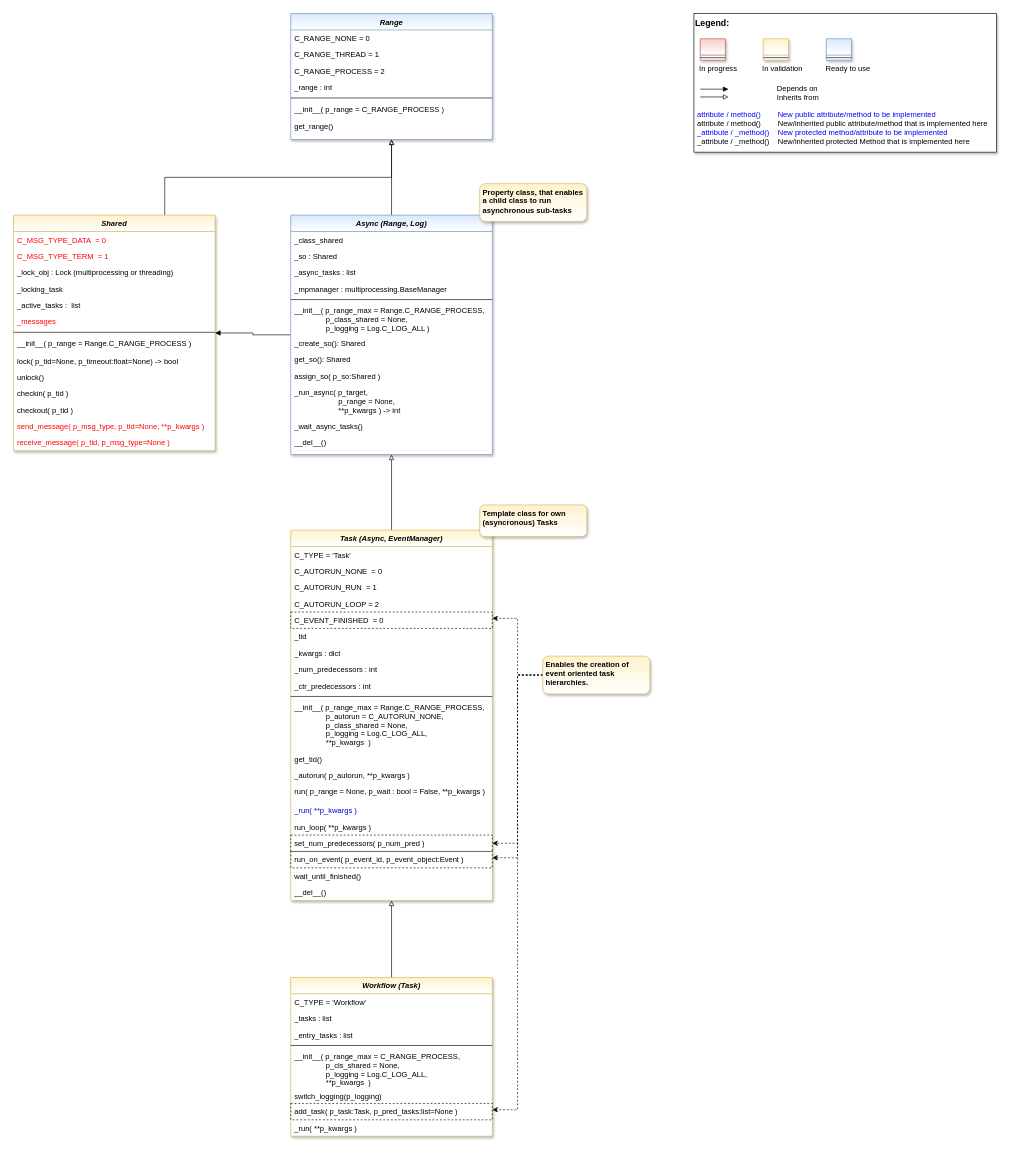
Earlier version of the draw.io diagram doc/rtd/content/append2/core/images/bf/MLPro-BF-MT_class_diagram.drawio (fhswf/MLPro). Source tidied: cells renumbered, new cells numbered last; positions are measured from the earlier drawing's top-left corner, leaving out a move shared by most shapes. Both pictures are drawn from the tidied source at 63%, with x=0, y=0 at pixel (13, 13).
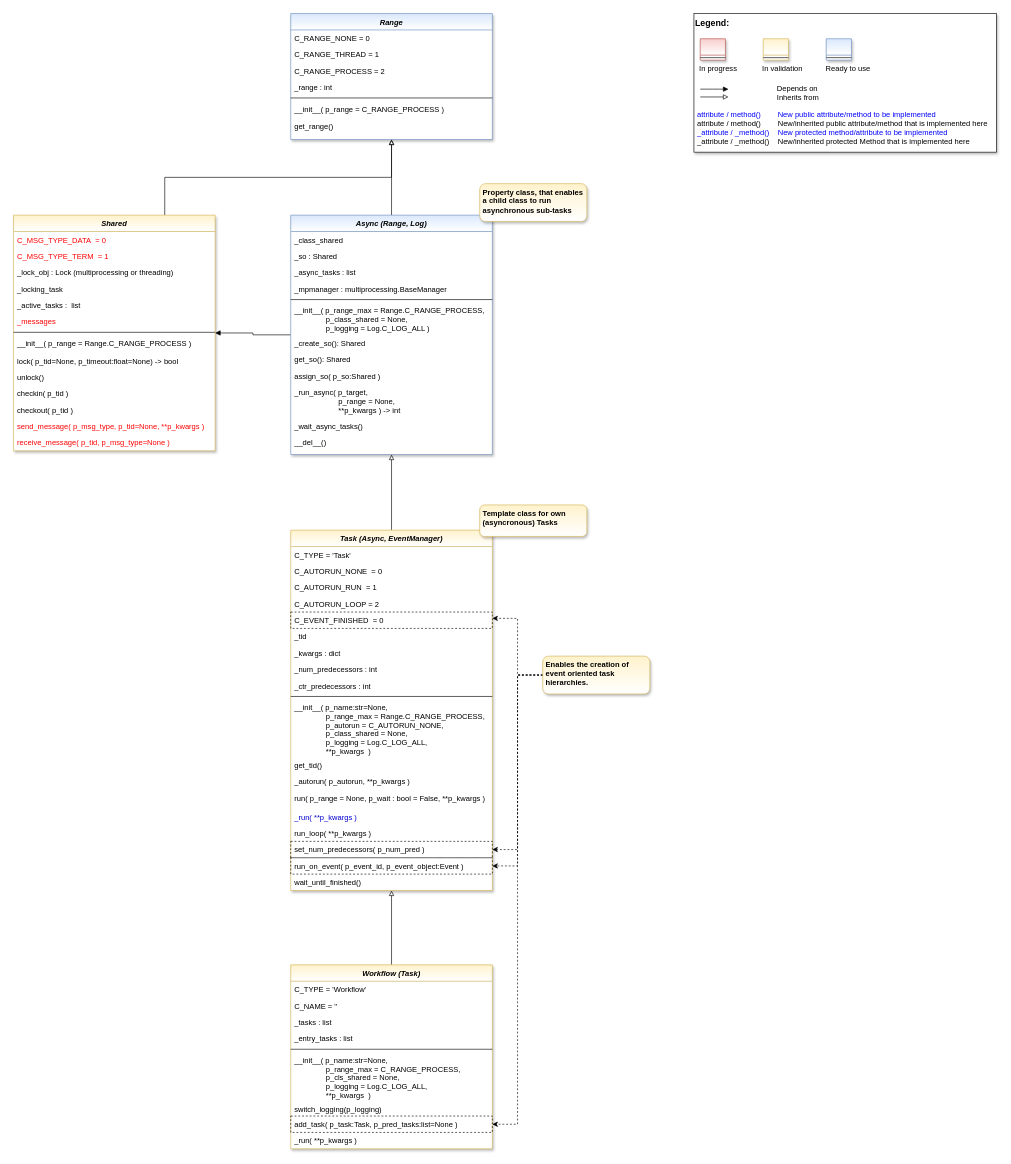
The same page after the edit.

Unchanged cells that the change refers to:
```xml
<mxCell id="80" value="Enables the creation of event oriented task hierarchies." style="rounded=1;whiteSpace=wrap;html=1;fillColor=#fff2cc;strokeColor=#d6b656;shadow=1;gradientColor=#ffffff;fontStyle=1;align=left;verticalAlign=top;spacingRight=3;spacingLeft=3;" parent="1" vertex="1">
  <mxGeometry x="840" y="1020" width="170" height="60" as="geometry" />
</mxCell>
```

Diff of the diagram source:
```diff
@@
     <mxCell id="45" value="Task (Async, EventManager)" style="swimlane;fontStyle=3;align=center;verticalAlign=top;horizontal=1;startSize=26;rounded=0;shadow=1;strokeWidth=1;fillColor=#fff2cc;strokeColor=#d6b656;glass=0;swimlaneFillColor=#ffffff;gradientColor=#FFFFFF;" parent="1" vertex="1">
-      <mxGeometry x="440" y="820" width="320" height="588" as="geometry" />
+      <mxGeometry x="440" y="820" width="320" height="572" as="geometry" />
     </mxCell>
@@
-    <mxCell id="56" value="__init__( p_range_max = Range.C_RANGE_PROCESS,&#10;               p_autorun = C_AUTORUN_NONE,&#10;               p_class_shared = None,&#10;               p_logging = Log.C_LOG_ALL,&#10;               **p_kwargs  )" style="text;align=left;verticalAlign=top;spacingLeft=4;spacingRight=4;overflow=hidden;fontColor=default;" parent="45" vertex="1">
-      <mxGeometry y="268" width="320" height="82" as="geometry" />
+    <mxCell id="56" value="__init__( p_name:str=None, &#10;               p_range_max = Range.C_RANGE_PROCESS,&#10;               p_autorun = C_AUTORUN_NONE,&#10;               p_class_shared = None,&#10;               p_logging = Log.C_LOG_ALL,&#10;               **p_kwargs  )" style="text;align=left;verticalAlign=top;spacingLeft=4;spacingRight=4;overflow=hidden;fontColor=default;" parent="45" vertex="1">
+      <mxGeometry y="268" width="320" height="92" as="geometry" />
     </mxCell>
     <mxCell id="57" value="get_tid()" style="text;align=left;verticalAlign=top;spacingLeft=4;spacingRight=4;overflow=hidden;fontColor=default;" parent="45" vertex="1">
-      <mxGeometry y="350" width="320" height="26" as="geometry" />
+      <mxGeometry y="360" width="320" height="26" as="geometry" />
     </mxCell>
     <mxCell id="58" value="_autorun( p_autorun, **p_kwargs )" style="text;align=left;verticalAlign=top;spacingLeft=4;spacingRight=4;overflow=hidden;fontColor=default;" parent="45" vertex="1">
-      <mxGeometry y="376" width="320" height="26" as="geometry" />
+      <mxGeometry y="386" width="320" height="26" as="geometry" />
     </mxCell>
     <mxCell id="59" value="run( p_range = None, p_wait : bool = False, **p_kwargs )" style="text;align=left;verticalAlign=top;spacingLeft=4;spacingRight=4;overflow=hidden;fontColor=default;" parent="45" vertex="1">
-      <mxGeometry y="402" width="320" height="30" as="geometry" />
+      <mxGeometry y="412" width="320" height="30" as="geometry" />
     </mxCell>
     <mxCell id="60" value="_run( **p_kwargs )" style="text;align=left;verticalAlign=top;spacingLeft=4;spacingRight=4;overflow=hidden;fontColor=#0000CC;" parent="45" vertex="1">
-      <mxGeometry y="432" width="320" height="26" as="geometry" />
+      <mxGeometry y="442" width="320" height="26" as="geometry" />
     </mxCell>
     <mxCell id="61" value="run_loop( **p_kwargs )" style="text;align=left;verticalAlign=top;spacingLeft=4;spacingRight=4;overflow=hidden;fontColor=default;" parent="45" vertex="1">
-      <mxGeometry y="458" width="320" height="26" as="geometry" />
+      <mxGeometry y="468" width="320" height="26" as="geometry" />
     </mxCell>
     <mxCell id="62" value="set_num_predecessors( p_num_pred )" style="text;align=left;verticalAlign=top;spacingLeft=4;spacingRight=4;overflow=hidden;points=[[0,0.5],[1,0.5]];portConstraint=eastwest;fontColor=default;labelBorderColor=none;strokeColor=default;dashed=1;" parent="45" vertex="1">
-      <mxGeometry y="484" width="320" height="26" as="geometry" />
+      <mxGeometry y="494" width="320" height="26" as="geometry" />
     </mxCell>
     <mxCell id="63" value="run_on_event( p_event_id, p_event_object:Event )" style="text;align=left;verticalAlign=top;spacingLeft=4;spacingRight=4;overflow=hidden;points=[[0,0.5],[1,0.5]];portConstraint=eastwest;fontColor=default;labelBorderColor=none;strokeColor=default;dashed=1;" parent="45" vertex="1">
-      <mxGeometry y="510" width="320" height="26" as="geometry" />
+      <mxGeometry y="520" width="320" height="26" as="geometry" />
     </mxCell>
     <mxCell id="64" value="wait_until_finished()" style="text;align=left;verticalAlign=top;spacingLeft=4;spacingRight=4;overflow=hidden;fontColor=default;" parent="45" vertex="1">
-      <mxGeometry y="536" width="320" height="26" as="geometry" />
+      <mxGeometry y="546" width="320" height="26" as="geometry" />
     </mxCell>
-    <mxCell id="65" value="__del__()" style="text;align=left;verticalAlign=top;spacingLeft=4;spacingRight=4;overflow=hidden;fontColor=default;" parent="45" vertex="1">
-      <mxGeometry y="562" width="320" height="26" as="geometry" />
-    </mxCell>
@@
     <mxCell id="67" value="Workflow (Task)" style="swimlane;fontStyle=3;align=center;verticalAlign=top;horizontal=1;startSize=26;rounded=0;shadow=1;strokeWidth=1;fillColor=#fff2cc;strokeColor=#d6b656;glass=0;swimlaneFillColor=#ffffff;gradientColor=#FFFFFF;" parent="1" vertex="1">
-      <mxGeometry x="440" y="1530" width="320" height="252" as="geometry" />
+      <mxGeometry x="440" y="1510" width="320" height="292" as="geometry" />
     </mxCell>
@@
+    <mxCell id="90" value="C_NAME = ''" style="text;align=left;verticalAlign=top;spacingLeft=4;spacingRight=4;overflow=hidden;" parent="67" vertex="1">
+      <mxGeometry y="52" width="320" height="26" as="geometry" />
+    </mxCell>
     <mxCell id="69" value="_tasks : list" style="text;align=left;verticalAlign=top;spacingLeft=4;spacingRight=4;overflow=hidden;" parent="67" vertex="1">
-      <mxGeometry y="52" width="320" height="26" as="geometry" />
+      <mxGeometry y="78" width="320" height="26" as="geometry" />
     </mxCell>
     <mxCell id="70" value="_entry_tasks : list" style="text;align=left;verticalAlign=top;spacingLeft=4;spacingRight=4;overflow=hidden;" parent="67" vertex="1">
-      <mxGeometry y="78" width="320" height="26" as="geometry" />
+      <mxGeometry y="104" width="320" height="26" as="geometry" />
     </mxCell>
     <mxCell id="71" style="line;html=1;strokeWidth=1;align=left;verticalAlign=middle;spacingTop=-1;spacingLeft=3;spacingRight=3;labelPosition=right;" parent="67" vertex="1">
-      <mxGeometry y="104" width="320" height="8" as="geometry" />
+      <mxGeometry y="130" width="320" height="8" as="geometry" />
     </mxCell>
-    <mxCell id="72" value="__init__( p_range_max = C_RANGE_PROCESS,&#10;               p_cls_shared = None,&#10;               p_logging = Log.C_LOG_ALL,&#10;               **p_kwargs  )" style="text;align=left;verticalAlign=top;spacingLeft=4;spacingRight=4;overflow=hidden;fontColor=default;" parent="67" vertex="1">
-      <mxGeometry y="112" width="320" height="64" as="geometry" />
+    <mxCell id="72" value="__init__( p_name:str=None,&#10;               p_range_max = C_RANGE_PROCESS,&#10;               p_cls_shared = None,&#10;               p_logging = Log.C_LOG_ALL,&#10;               **p_kwargs  )" style="text;align=left;verticalAlign=top;spacingLeft=4;spacingRight=4;overflow=hidden;fontColor=default;" parent="67" vertex="1">
+      <mxGeometry y="138" width="320" height="78" as="geometry" />
     </mxCell>
     <mxCell id="73" value="switch_logging(p_logging)" style="text;align=left;verticalAlign=top;spacingLeft=4;spacingRight=4;overflow=hidden;fontColor=default;" parent="67" vertex="1">
-      <mxGeometry y="176" width="320" height="24" as="geometry" />
+      <mxGeometry y="216" width="320" height="24" as="geometry" />
     </mxCell>
     <mxCell id="74" value="add_task( p_task:Task, p_pred_tasks:list=None )" style="text;align=left;verticalAlign=top;spacingLeft=4;spacingRight=4;overflow=hidden;points=[[0,0.5],[1,0.5]];portConstraint=eastwest;fontColor=default;strokeColor=default;dashed=1;" parent="67" vertex="1">
-      <mxGeometry y="200" width="320" height="26" as="geometry" />
+      <mxGeometry y="240" width="320" height="26" as="geometry" />
     </mxCell>
     <mxCell id="75" value="_run( **p_kwargs )" style="text;align=left;verticalAlign=top;spacingLeft=4;spacingRight=4;overflow=hidden;fontColor=default;" parent="67" vertex="1">
-      <mxGeometry y="226" width="320" height="26" as="geometry" />
+      <mxGeometry y="266" width="320" height="26" as="geometry" />
     </mxCell>
-    <mxCell id="76" style="edgeStyle=orthogonalEdgeStyle;rounded=0;jettySize=auto;html=1;fontColor=#FF0000;exitX=0;exitY=0.5;exitDx=0;exitDy=0;dashed=1;" parent="1" edge="1" source="80" target="63">
+    <mxCell id="76" style="edgeStyle=orthogonalEdgeStyle;rounded=0;jettySize=auto;html=1;fontColor=#FF0000;exitX=0;exitY=0.5;exitDx=0;exitDy=0;dashed=1;entryX=1;entryY=0.5;entryDx=0;entryDy=0;" parent="1" edge="1" source="80" target="63">
       <mxGeometry relative="1" as="geometry">
         <Array as="points">
           <mxPoint x="800" y="1050" />
-          <mxPoint x="800" y="1340" />
+          <mxPoint x="800" y="1353" />
         </Array>
       </mxGeometry>
     </mxCell>
@@
-    <mxCell id="78" style="edgeStyle=orthogonalEdgeStyle;rounded=0;jettySize=auto;html=1;dashed=1;fontColor=#FF0000;" parent="1" edge="1" source="80" target="74">
+    <mxCell id="78" style="edgeStyle=orthogonalEdgeStyle;rounded=0;jettySize=auto;html=1;dashed=1;fontColor=#FF0000;entryX=1;entryY=0.5;entryDx=0;entryDy=0;" parent="1" edge="1" source="80" target="74">
       <mxGeometry relative="1" as="geometry">
         <Array as="points">
           <mxPoint x="800" y="1050" />
-          <mxPoint x="800" y="1740" />
+          <mxPoint x="800" y="1763" />
         </Array>
       </mxGeometry>
     </mxCell>
-    <mxCell id="79" style="edgeStyle=orthogonalEdgeStyle;rounded=0;jettySize=auto;html=1;fontColor=default;dashed=1;" parent="1" edge="1" source="80" target="62">
+    <mxCell id="79" style="edgeStyle=orthogonalEdgeStyle;rounded=0;jettySize=auto;html=1;fontColor=default;dashed=1;entryX=1;entryY=0.5;entryDx=0;entryDy=0;" parent="1" edge="1" source="80" target="62">
       <mxGeometry relative="1" as="geometry">
         <Array as="points">
           <mxPoint x="800" y="1050" />
-          <mxPoint x="800" y="1317" />
+          <mxPoint x="800" y="1327" />
         </Array>
       </mxGeometry>
     </mxCell>
```
